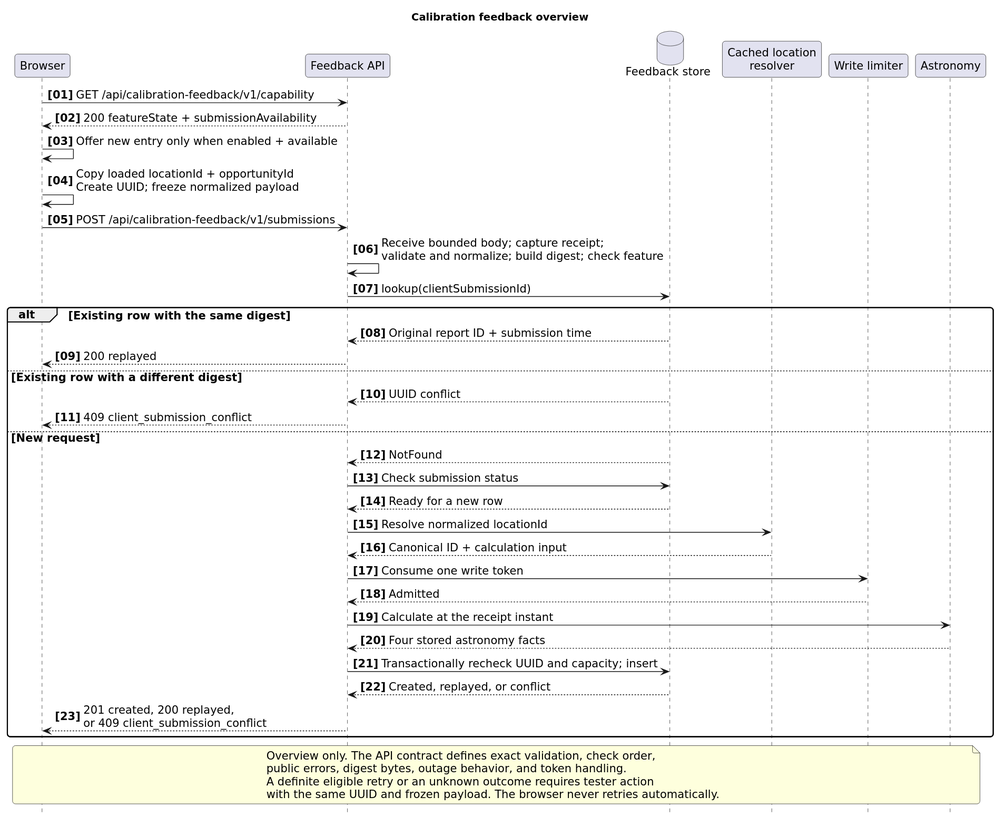
Earlier version of the PlantUML export docs/diagrams/calibration-feedback-sequence.svg (rapucha/moon-service).
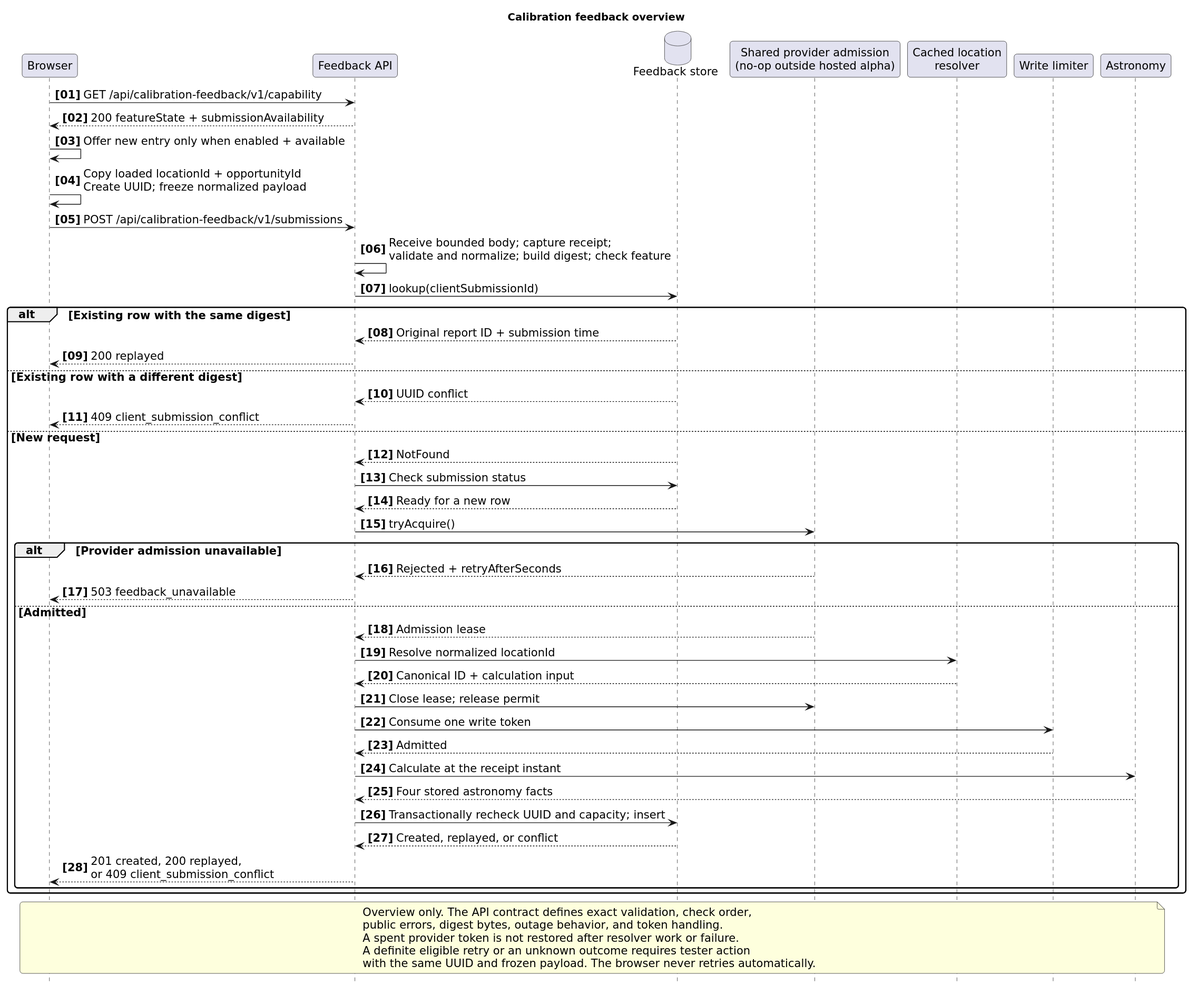
After the commit.

Commit message:
Update provider admission diagrams (#185)

Change to the diagram source:
```diff
@@ -13,6 +13,7 @@
 participant Browser
 participant "Feedback API" as Feedback
 database "Feedback store" as Store
+participant "Shared provider admission\n(no-op outside hosted alpha)" as Admission
 participant "Cached location\nresolver" as Resolver
 participant "Write limiter" as Limiter
 participant Astronomy
@@ -36,20 +37,29 @@
   Store --> Feedback: NotFound
   Feedback -> Store: Check submission status
   Store --> Feedback: Ready for a new row
-  Feedback -> Resolver: Resolve normalized locationId
-  Resolver --> Feedback: Canonical ID + calculation input
-  Feedback -> Limiter: Consume one write token
-  Limiter --> Feedback: Admitted
-  Feedback -> Astronomy: Calculate at the receipt instant
-  Astronomy --> Feedback: Four stored astronomy facts
-  Feedback -> Store: Transactionally recheck UUID and capacity; insert
-  Store --> Feedback: Created, replayed, or conflict
-  Feedback --> Browser: 201 created, 200 replayed,\nor 409 client_submission_conflict
+  Feedback -> Admission: tryAcquire()
+  alt Provider admission unavailable
+    Admission --> Feedback: Rejected + retryAfterSeconds
+    Feedback --> Browser: 503 feedback_unavailable
+  else Admitted
+    Admission --> Feedback: Admission lease
+    Feedback -> Resolver: Resolve normalized locationId
+    Resolver --> Feedback: Canonical ID + calculation input
+    Feedback -> Admission: Close lease; release permit
+    Feedback -> Limiter: Consume one write token
+    Limiter --> Feedback: Admitted
+    Feedback -> Astronomy: Calculate at the receipt instant
+    Astronomy --> Feedback: Four stored astronomy facts
+    Feedback -> Store: Transactionally recheck UUID and capacity; insert
+    Store --> Feedback: Created, replayed, or conflict
+    Feedback --> Browser: 201 created, 200 replayed,\nor 409 client_submission_conflict
+  end
 end
 
 note over Browser, Astronomy
   Overview only. The API contract defines exact validation, check order,
   public errors, digest bytes, outage behavior, and token handling.
+  A spent provider token is not restored after resolver work or failure.
   A definite eligible retry or an unknown outcome requires tester action
   with the same UUID and frozen payload. The browser never retries automatically.
 end note
```
